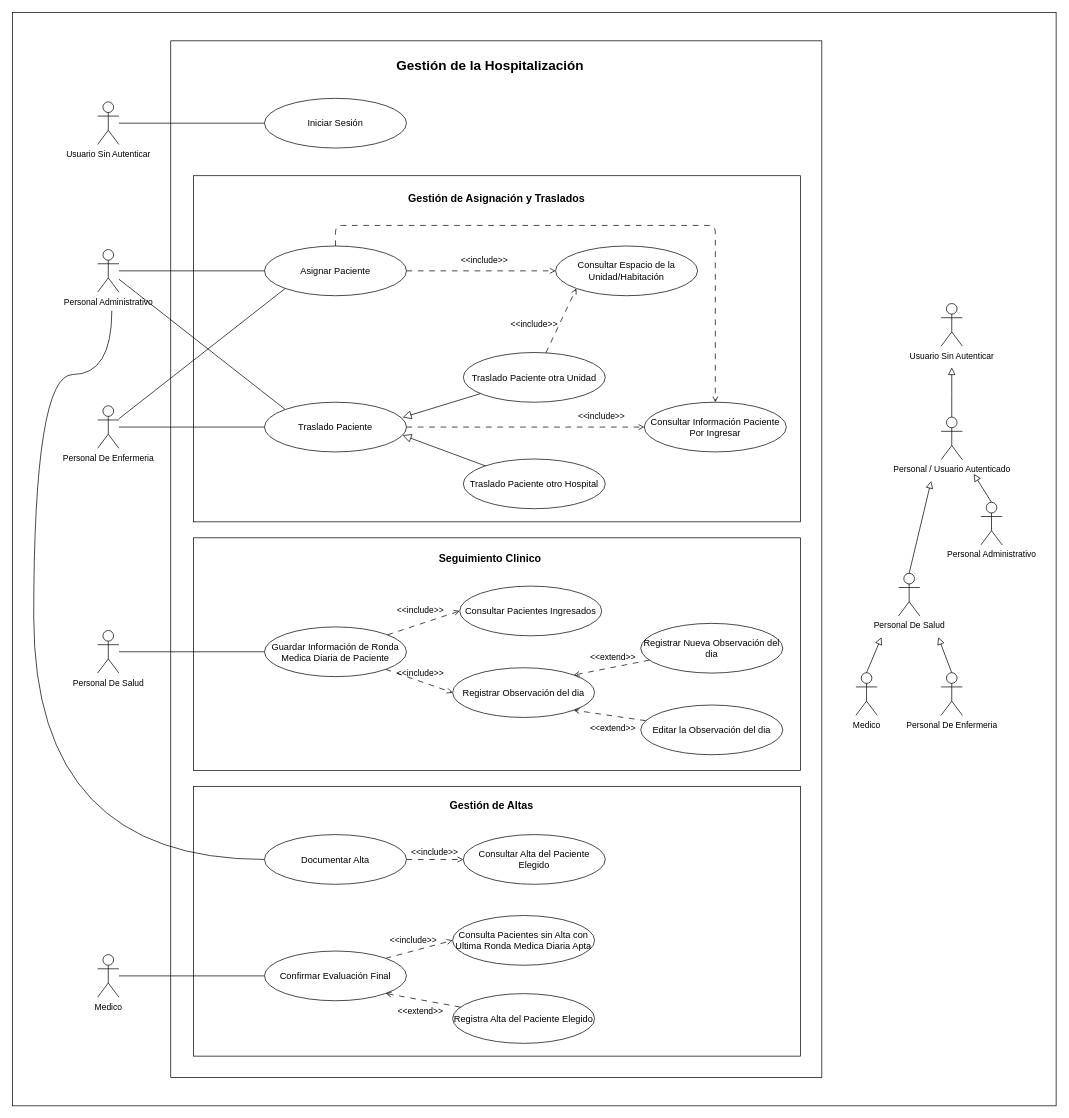
Before: uml/Diagrama de Casos de Usos/Diagrama de Casos de Uso.drawio in stoica25-byte/Reto-2-Entornos-Programacion, a draw.io diagram. Source tidied: cells renumbered, new cells numbered last; positions are measured from the earlier drawing's top-left corner, leaving out a move shared by most shapes. Both pictures are drawn from the tidied source at 71%, with x=0, y=0 at pixel (12, 12).
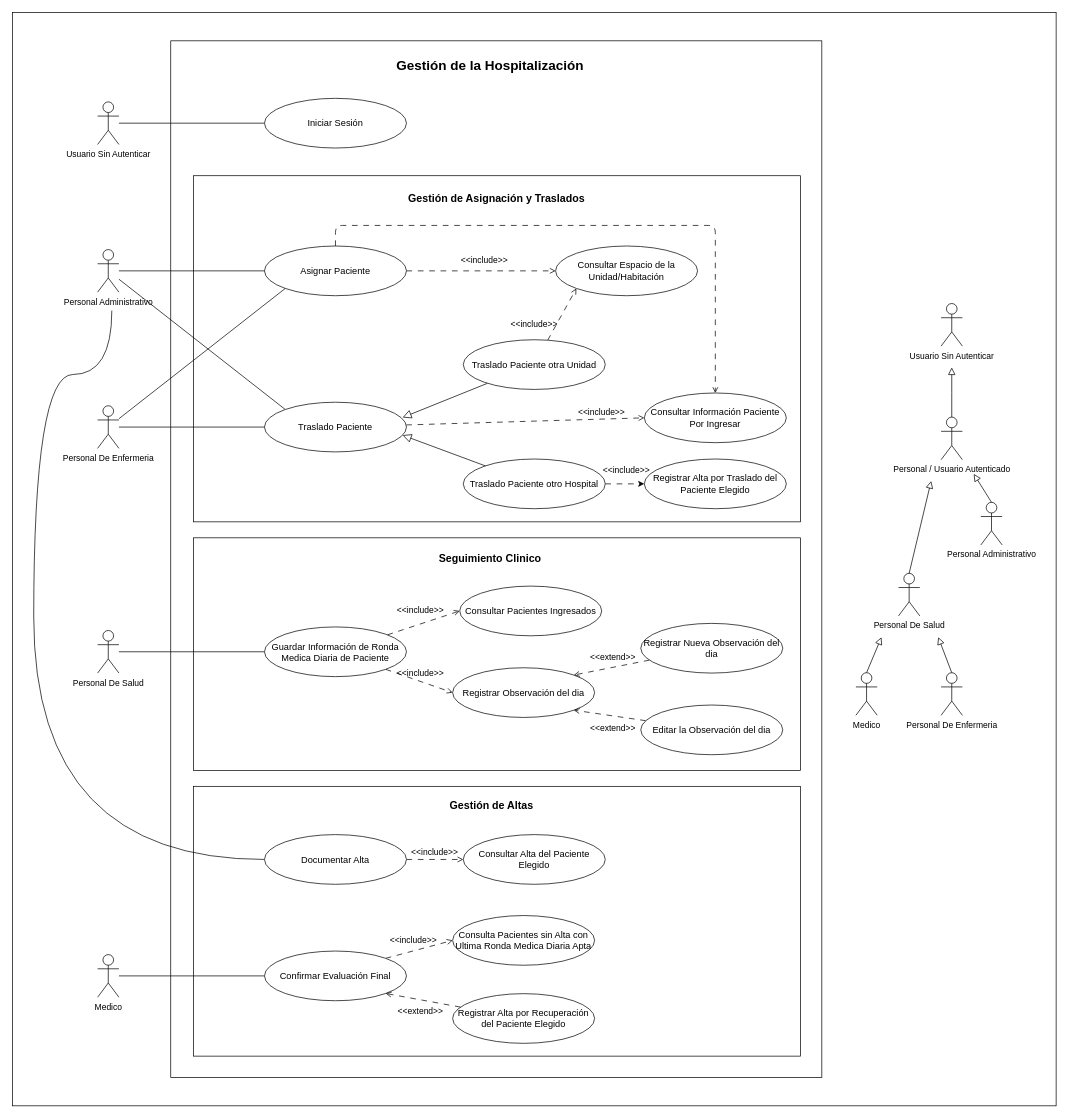
The same diagram, later.

Commit message (it also covers changes not shown here):
Modifica diagrama de casos de uso

Unchanged cells that the change refers to:
```xml
<mxCell id="27" value="Traslado Paciente" style="ellipse;whiteSpace=wrap;html=1;fontSize=13;" parent="1" vertex="1">
  <mxGeometry x="355" y="549" width="200" height="70" as="geometry" />
</mxCell>
<mxCell id="31" value="Traslado Paciente otro Hospital" style="ellipse;whiteSpace=wrap;html=1;fontSize=13;" parent="1" vertex="1">
  <mxGeometry x="635" y="629" width="200" height="70" as="geometry" />
</mxCell>
```

Diff of the diagram source:
```diff
@@
-    <mxCell id="26" style="edgeStyle=orthogonalEdgeStyle;rounded=0;jettySize=auto;html=1;entryX=0;entryY=0.5;entryDx=0;entryDy=0;dashed=1;dashPattern=8 8;endArrow=open;endFill=0;" parent="1" edge="1" source="27" target="73">
+    <mxCell id="26" style="rounded=0;jettySize=auto;html=1;entryX=0;entryY=0.5;entryDx=0;entryDy=0;dashed=1;dashPattern=8 8;endArrow=open;endFill=0;" parent="1" edge="1" source="27" target="73">
       <mxGeometry relative="1" as="geometry" />
     </mxCell>
@@
     <mxCell id="30" value="Traslado Paciente otra Unidad" style="ellipse;whiteSpace=wrap;html=1;fontSize=13;" parent="1" vertex="1">
-      <mxGeometry x="635" y="479" width="200" height="70" as="geometry" />
+      <mxGeometry x="635" y="461" width="200" height="70" as="geometry" />
     </mxCell>
+    <mxCell id="75" style="edgeStyle=orthogonalEdgeStyle;rounded=0;jettySize=auto;html=1;entryX=0;entryY=0.5;entryDx=0;entryDy=0;dashed=1;dashPattern=8 8;" parent="1" edge="1" source="31" target="76">
+      <mxGeometry relative="1" as="geometry" />
+    </mxCell>
@@
-    <mxCell id="55" value="Registra Alta del Paciente Elegido" style="ellipse;whiteSpace=wrap;html=1;fontSize=13;" parent="1" vertex="1">
+    <mxCell id="55" value="Registrar Alta por Recuperación del Paciente Elegido" style="ellipse;whiteSpace=wrap;html=1;fontSize=13;" parent="1" vertex="1">
       <mxGeometry x="620" y="1382" width="200" height="70" as="geometry" />
     </mxCell>
@@
     <mxCell id="73" value="Consultar Información Paciente Por Ingresar" style="ellipse;whiteSpace=wrap;html=1;fontSize=13;" parent="1" vertex="1">
-      <mxGeometry x="890" y="549" width="200" height="70" as="geometry" />
+      <mxGeometry x="890" y="536" width="200" height="70" as="geometry" />
     </mxCell>
     <mxCell id="74" value="&amp;lt;&amp;lt;include&amp;gt;&amp;gt;" style="text;html=1;align=center;verticalAlign=middle;whiteSpace=wrap;rounded=0;" parent="1" vertex="1">
-      <mxGeometry x="800" y="554" width="60" height="30" as="geometry" />
+      <mxGeometry x="800" y="549" width="60" height="30" as="geometry" />
     </mxCell>
+    <mxCell id="76" value="Registrar Alta por Traslado del Paciente Elegido" style="ellipse;whiteSpace=wrap;html=1;fontSize=13;" parent="1" vertex="1">
+      <mxGeometry x="890" y="629" width="200" height="70" as="geometry" />
+    </mxCell>
+    <mxCell id="77" value="&amp;lt;&amp;lt;include&amp;gt;&amp;gt;" style="text;html=1;align=center;verticalAlign=middle;whiteSpace=wrap;rounded=0;" parent="1" vertex="1">
+      <mxGeometry x="835" y="630" width="60" height="30" as="geometry" />
+    </mxCell>
```
